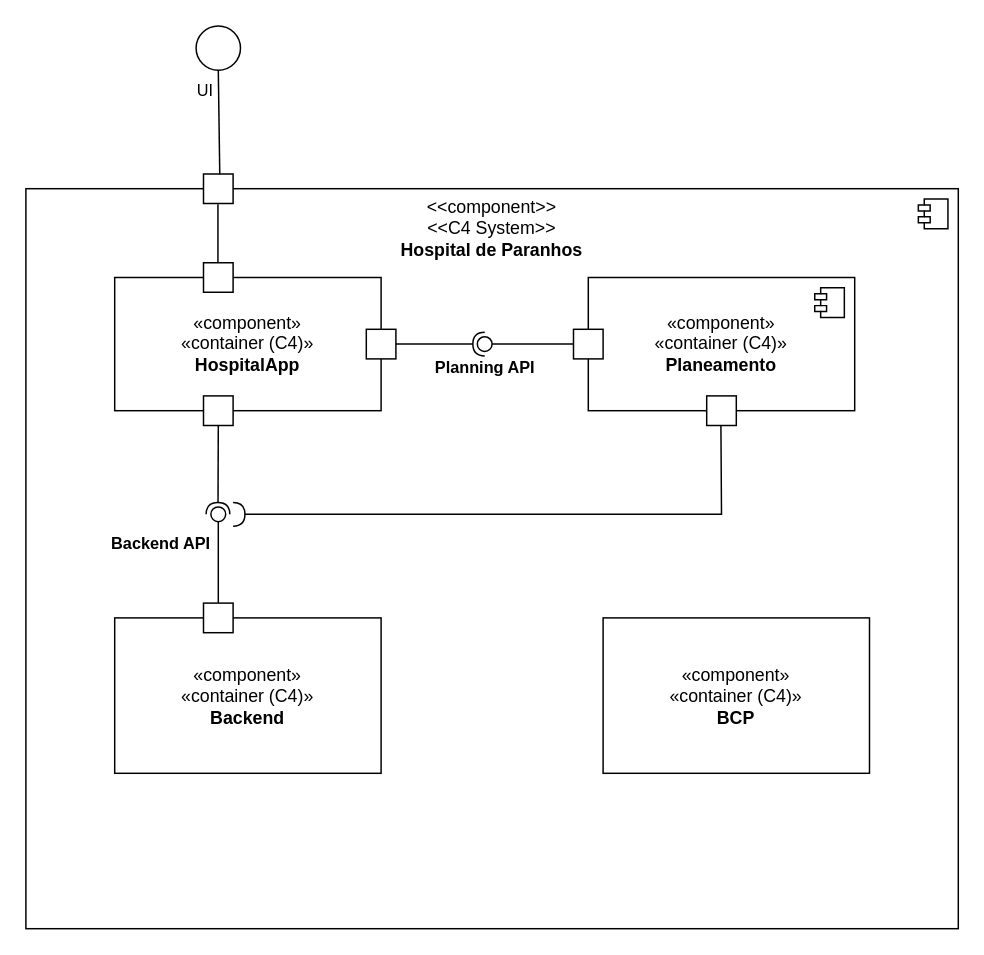
This is docs/geral/views/level-2/implementation/vista_implementacao.drawio from andredsferreira/p5sem-3dj-g59, a draw.io file, before an edit. Source tidied: cells renumbered, new cells numbered last; positions are measured from the earlier drawing's top-left corner, leaving out a move shared by most shapes. Both pictures are drawn from the tidied source at 148%, with x=0, y=0 at pixel (25, 25).
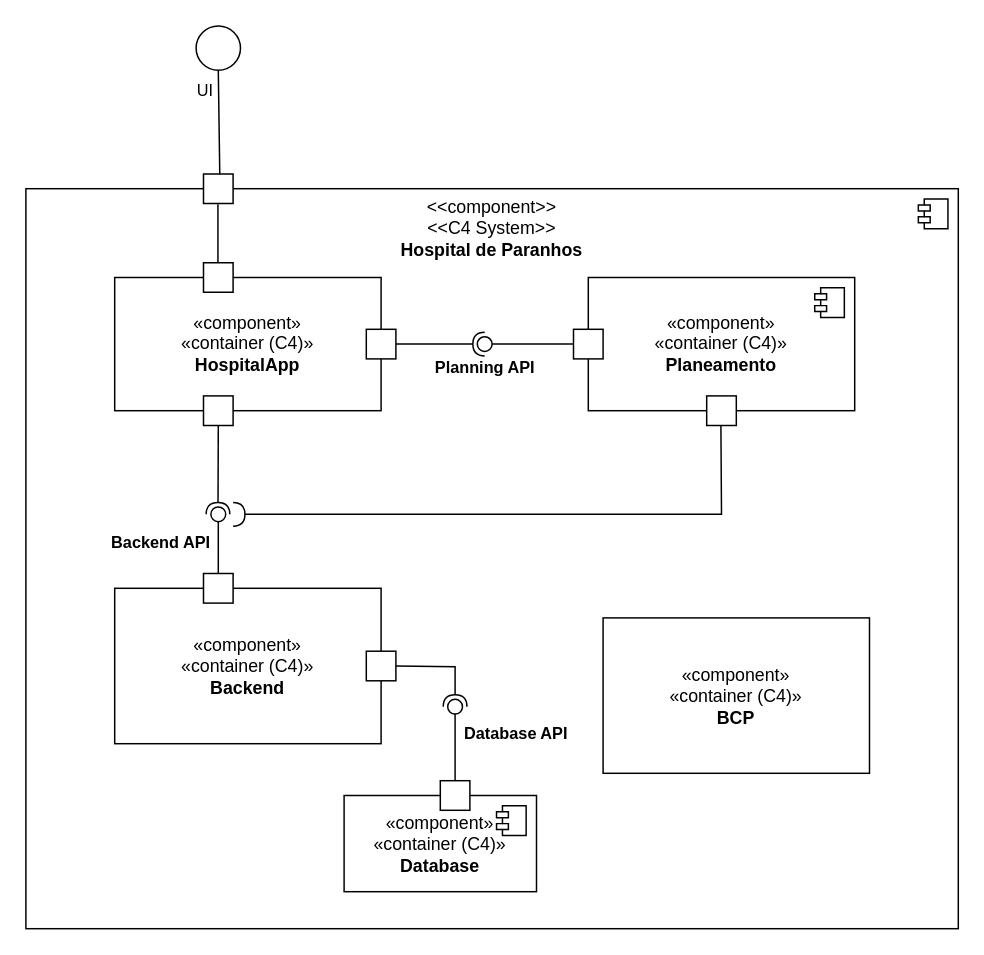
The same diagram, later.

What changed in the source:
```diff
@@
     <mxCell id="14" value="«component»&lt;br&gt;«container (C4)»&lt;div&gt;&lt;b&gt;Backend&lt;/b&gt;&lt;/div&gt;" style="rounded=0;whiteSpace=wrap;html=1;" parent="1" vertex="1">
-      <mxGeometry x="60" y="400" width="180" height="105" as="geometry" />
+      <mxGeometry x="60" y="380" width="180" height="105" as="geometry" />
     </mxCell>
@@
     <mxCell id="20" style="rounded=0;whiteSpace=wrap;html=1;" parent="1" vertex="1">
-      <mxGeometry x="120" y="390" width="20" height="20" as="geometry" />
+      <mxGeometry x="120" y="370" width="20" height="20" as="geometry" />
     </mxCell>
@@
+    <mxCell id="29" value="«component»&lt;div&gt;«container (C4)»&lt;br&gt;&lt;b&gt;Database&lt;/b&gt;&lt;/div&gt;" style="html=1;whiteSpace=wrap;" parent="1" vertex="1">
+      <mxGeometry x="215" y="520" width="130" height="65" as="geometry" />
+    </mxCell>
+    <mxCell id="30" style="shape=module;jettyWidth=8;jettyHeight=4;" parent="29" vertex="1">
+      <mxGeometry x="1" width="20" height="20" relative="1" as="geometry">
+        <mxPoint x="-27" y="7" as="offset" />
+      </mxGeometry>
+    </mxCell>
+    <mxCell id="31" style="rounded=0;whiteSpace=wrap;html=1;" parent="1" vertex="1">
+      <mxGeometry x="230" y="422.5" width="20" height="20" as="geometry" />
+    </mxCell>
+    <mxCell id="32" style="rounded=0;whiteSpace=wrap;html=1;" parent="1" vertex="1">
+      <mxGeometry x="280" y="510" width="20" height="20" as="geometry" />
+    </mxCell>
+    <mxCell id="33" style="rounded=0;jettySize=auto;html=1;endArrow=halfCircle;endFill=0;endSize=6;strokeWidth=1;sketch=0;exitX=1;exitY=0.5;exitDx=0;exitDy=0;" parent="1" edge="1" source="31">
+      <mxGeometry relative="1" as="geometry">
+        <mxPoint x="290" y="460" as="targetPoint" />
+        <Array as="points">
+          <mxPoint x="290" y="433" />
+        </Array>
+      </mxGeometry>
+    </mxCell>
+    <mxCell id="34" style="rounded=0;jettySize=auto;html=1;endArrow=oval;endFill=0;sketch=0;sourcePerimeterSpacing=0;targetPerimeterSpacing=0;endSize=10;exitX=0.5;exitY=0;exitDx=0;exitDy=0;" parent="1" edge="1" source="32">
+      <mxGeometry relative="1" as="geometry">
+        <mxPoint x="290" y="460" as="targetPoint" />
+      </mxGeometry>
+    </mxCell>
+    <mxCell id="35" value="&lt;b&gt;Database API&lt;/b&gt;" style="edgeLabel;html=1;align=center;verticalAlign=middle;" parent="34" vertex="1">
+      <mxGeometry x="0.82" y="3" relative="1" as="geometry">
+        <mxPoint x="43" y="12" as="offset" />
+      </mxGeometry>
+    </mxCell>
```
